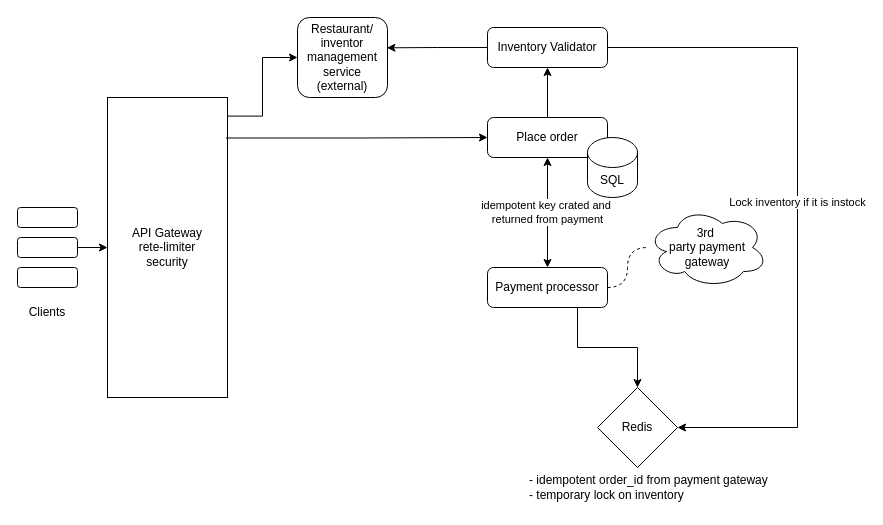
Earlier version of the draw.io diagram HLD-drawings/order_management.drawio (harirehm/draw.io). Source tidied: cells renumbered, new cells numbered last; positions are measured from the earlier drawing's top-left corner, leaving out a move shared by most shapes. Both pictures are drawn from the tidied source at 100%, with x=0, y=0 at pixel (17, 17).
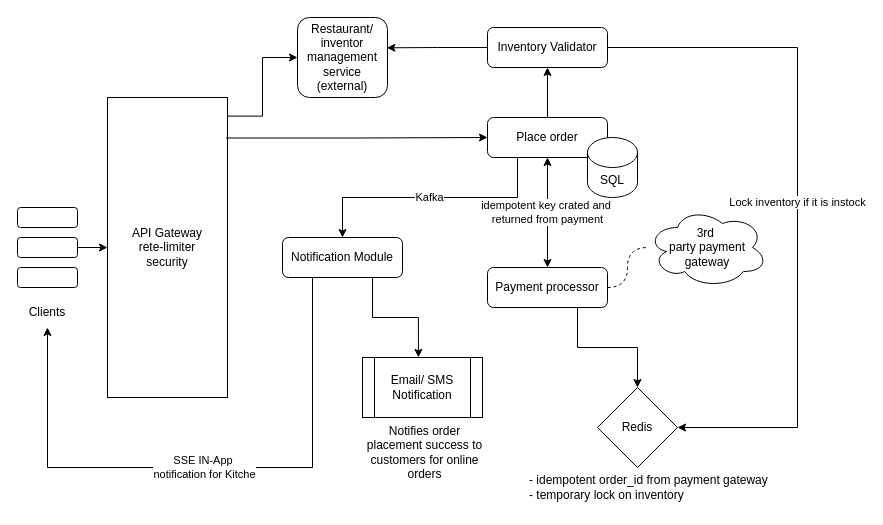
After the change.

The change refers to these unchanged cells:
```xml
<mxCell id="6" value="Clients" style="text;html=1;whiteSpace=wrap;strokeColor=none;fillColor=none;align=center;verticalAlign=middle;rounded=0;" parent="1" vertex="1">
  <mxGeometry y="280" width="60" height="30" as="geometry" />
</mxCell>
<mxCell id="13" value="Place order" style="rounded=1;whiteSpace=wrap;html=1;" parent="1" vertex="1">
  <mxGeometry x="470" y="100" width="120" height="40" as="geometry" />
</mxCell>
```

Change to the diagram source:
```diff
@@
+    <mxCell id="24" value="Kafka" style="edgeStyle=orthogonalEdgeStyle;rounded=0;jettySize=auto;html=1;exitX=0.25;exitY=1;exitDx=0;exitDy=0;entryX=0.5;entryY=0;entryDx=0;entryDy=0;" parent="1" edge="1" source="13" target="26">
+      <mxGeometry relative="1" as="geometry" />
+    </mxCell>
@@
+    <mxCell id="25" value="SSE IN-App&amp;nbsp;&lt;div&gt;notification for Kitche&lt;/div&gt;" style="edgeStyle=orthogonalEdgeStyle;rounded=0;jettySize=auto;html=1;exitX=0.25;exitY=1;exitDx=0;exitDy=0;entryX=0.5;entryY=1;entryDx=0;entryDy=0;" parent="1" edge="1" source="26" target="6">
+      <mxGeometry relative="1" as="geometry">
+        <Array as="points">
+          <mxPoint x="295" y="450" />
+          <mxPoint x="30" y="450" />
+        </Array>
+      </mxGeometry>
+    </mxCell>
+    <mxCell id="26" value="Notification Module" style="rounded=1;whiteSpace=wrap;html=1;" parent="1" vertex="1">
+      <mxGeometry x="265" y="220" width="120" height="40" as="geometry" />
+    </mxCell>
+    <mxCell id="27" value="Email/ SMS Notification" style="shape=process;whiteSpace=wrap;html=1;backgroundOutline=1;" parent="1" vertex="1">
+      <mxGeometry x="345" y="340" width="120" height="60" as="geometry" />
+    </mxCell>
+    <mxCell id="28" style="edgeStyle=orthogonalEdgeStyle;rounded=0;jettySize=auto;html=1;exitX=0.75;exitY=1;exitDx=0;exitDy=0;entryX=0.466;entryY=-0.002;entryDx=0;entryDy=0;entryPerimeter=0;" parent="1" edge="1" source="26" target="27">
+      <mxGeometry relative="1" as="geometry" />
+    </mxCell>
+    <mxCell id="29" value="Notifies order placement success to customers for online orders" style="text;html=1;whiteSpace=wrap;strokeColor=none;fillColor=none;align=center;verticalAlign=middle;rounded=0;" parent="1" vertex="1">
+      <mxGeometry x="345" y="420" width="125" height="30" as="geometry" />
+    </mxCell>
```
